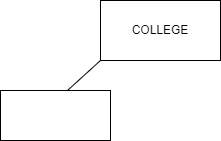
Before: zachJohnsonAssignment2.png, a diagram exported from draw.io (zacharyejohnson/CSCI366-Database-Systems). Source tidied: cells renumbered, new cells last; positions are measured from the earlier drawing's top-left corner, leaving out a move shared by most shapes.
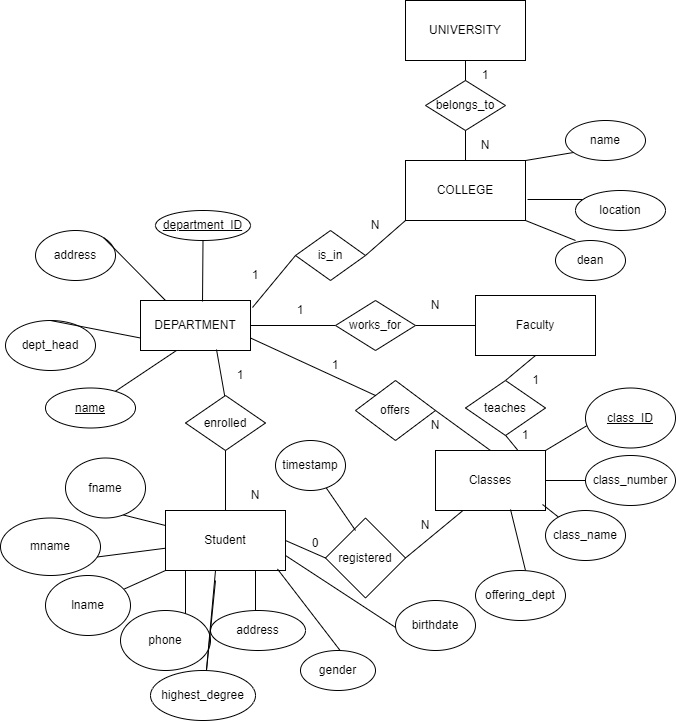
Later version of the same file.

Diff of the diagram source:
```diff
@@ -5,13 +5,292 @@
     <mxCell id="2" value="COLLEGE" style="rounded=0;whiteSpace=wrap;html=1;" parent="1" vertex="1">
       <mxGeometry x="100" width="120" height="60" as="geometry" />
     </mxCell>
-    <mxCell id="3" style="endArrow=none;html=1;rounded=0;exitX=0;exitY=1;exitDx=0;exitDy=0;" parent="1" edge="1" source="2">
-      <mxGeometry relative="1" as="geometry">
-        <mxPoint x="64.8" y="92" as="targetPoint" />
-      </mxGeometry>
+    <mxCell id="3" style="endArrow=none;html=1;rounded=0;exitX=0;exitY=1;exitDx=0;exitDy=0;entryX=1;entryY=0.5;entryDx=0;entryDy=0;" parent="1" edge="1" source="2" target="14">
+      <mxGeometry relative="1" as="geometry" />
     </mxCell>
     <mxCell id="4" style="rounded=0;whiteSpace=wrap;html=1;" parent="1" vertex="1">
-      <mxGeometry y="90" width="110" height="50" as="geometry" />
+      <mxGeometry x="-165" y="140" width="110" height="50" as="geometry" />
     </mxCell>
+    <mxCell id="5" value="DEPARTMENT" style="text;html=1;strokeColor=none;fillColor=none;align=center;verticalAlign=middle;whiteSpace=wrap;rounded=0;" parent="1" vertex="1">
+      <mxGeometry x="-140" y="150" width="60" height="30" as="geometry" />
+    </mxCell>
+    <mxCell id="6" style="endArrow=none;html=1;rounded=0;exitX=0.327;exitY=1;exitDx=0;exitDy=0;exitPerimeter=0;" parent="1" edge="1" source="4" target="7">
+      <mxGeometry relative="1" as="geometry" />
+    </mxCell>
+    <mxCell id="7" value="&lt;u&gt;name&lt;/u&gt;" style="ellipse;whiteSpace=wrap;html=1;" parent="1" vertex="1">
+      <mxGeometry x="-260" y="227.5" width="90" height="40" as="geometry" />
+    </mxCell>
+    <mxCell id="8" value="UNIVERSITY" style="rounded=0;whiteSpace=wrap;html=1;" parent="1" vertex="1">
+      <mxGeometry x="100" y="-160" width="120" height="60" as="geometry" />
+    </mxCell>
+    <mxCell id="9" value="belongs_to" style="rhombus;whiteSpace=wrap;html=1;" parent="1" vertex="1">
+      <mxGeometry x="120" y="-80" width="80" height="50" as="geometry" />
+    </mxCell>
+    <mxCell id="10" style="endArrow=none;html=1;rounded=0;entryX=0.5;entryY=1;entryDx=0;entryDy=0;exitX=0.5;exitY=0;exitDx=0;exitDy=0;" parent="1" edge="1" source="2" target="9">
+      <mxGeometry relative="1" as="geometry" />
+    </mxCell>
+    <mxCell id="11" style="endArrow=none;html=1;rounded=0;entryX=0.5;entryY=0;entryDx=0;entryDy=0;exitX=0.5;exitY=1;exitDx=0;exitDy=0;" parent="1" edge="1" source="8" target="9">
+      <mxGeometry relative="1" as="geometry" />
+    </mxCell>
+    <mxCell id="12" value="N" style="text;html=1;strokeColor=none;fillColor=none;align=center;verticalAlign=middle;whiteSpace=wrap;rounded=0;" parent="1" vertex="1">
+      <mxGeometry x="150" y="-30" width="60" height="30" as="geometry" />
+    </mxCell>
+    <mxCell id="13" value="1" style="text;html=1;strokeColor=none;fillColor=none;align=center;verticalAlign=middle;whiteSpace=wrap;rounded=0;" parent="1" vertex="1">
+      <mxGeometry x="150" y="-100" width="60" height="30" as="geometry" />
+    </mxCell>
+    <mxCell id="14" style="rhombus;whiteSpace=wrap;html=1;" parent="1" vertex="1">
+      <mxGeometry x="-10" y="70" width="70" height="50" as="geometry" />
+    </mxCell>
+    <mxCell id="15" value="is_in" style="text;html=1;strokeColor=none;fillColor=none;align=center;verticalAlign=middle;whiteSpace=wrap;rounded=0;" parent="1" vertex="1">
+      <mxGeometry x="-5" y="80" width="60" height="30" as="geometry" />
+    </mxCell>
+    <mxCell id="16" style="endArrow=none;html=1;rounded=0;entryX=0;entryY=0.5;entryDx=0;entryDy=0;exitX=1.018;exitY=0.14;exitDx=0;exitDy=0;exitPerimeter=0;" parent="1" edge="1" source="4" target="14">
+      <mxGeometry relative="1" as="geometry" />
+    </mxCell>
+    <mxCell id="17" style="endArrow=none;html=1;rounded=0;entryX=1.017;entryY=0.65;entryDx=0;entryDy=0;entryPerimeter=0;" parent="1" edge="1" target="2">
+      <mxGeometry relative="1" as="geometry">
+        <mxPoint x="280" y="39" as="sourcePoint" />
+      </mxGeometry>
+    </mxCell>
+    <mxCell id="18" style="endArrow=none;html=1;rounded=0;" parent="1" edge="1">
+      <mxGeometry relative="1" as="geometry">
+        <mxPoint x="220" y="60" as="sourcePoint" />
+        <mxPoint x="270" y="80" as="targetPoint" />
+      </mxGeometry>
+    </mxCell>
+    <mxCell id="19" style="endArrow=none;html=1;rounded=0;entryX=1;entryY=0;entryDx=0;entryDy=0;" parent="1" edge="1" target="2">
+      <mxGeometry relative="1" as="geometry">
+        <mxPoint x="280" y="-10" as="sourcePoint" />
+      </mxGeometry>
+    </mxCell>
+    <mxCell id="20" value="dean" style="ellipse;whiteSpace=wrap;html=1;" parent="1" vertex="1">
+      <mxGeometry x="250" y="80" width="70" height="40" as="geometry" />
+    </mxCell>
+    <mxCell id="21" value="location" style="ellipse;whiteSpace=wrap;html=1;" parent="1" vertex="1">
+      <mxGeometry x="270" y="30" width="90" height="40" as="geometry" />
+    </mxCell>
+    <mxCell id="22" value="name" style="ellipse;whiteSpace=wrap;html=1;" parent="1" vertex="1">
+      <mxGeometry x="260" y="-40" width="80" height="40" as="geometry" />
+    </mxCell>
+    <mxCell id="23" value="N" style="text;html=1;strokeColor=none;fillColor=none;align=center;verticalAlign=middle;whiteSpace=wrap;rounded=0;" parent="1" vertex="1">
+      <mxGeometry x="40" y="50" width="60" height="30" as="geometry" />
+    </mxCell>
+    <mxCell id="24" value="1" style="text;html=1;strokeColor=none;fillColor=none;align=center;verticalAlign=middle;whiteSpace=wrap;rounded=0;" parent="1" vertex="1">
+      <mxGeometry x="-80" y="100" width="60" height="30" as="geometry" />
+    </mxCell>
+    <mxCell id="25" value="dept_head" style="ellipse;whiteSpace=wrap;html=1;" parent="1" vertex="1">
+      <mxGeometry x="-300" y="160" width="90" height="50" as="geometry" />
+    </mxCell>
+    <mxCell id="26" value="address" style="ellipse;whiteSpace=wrap;html=1;" parent="1" vertex="1">
+      <mxGeometry x="-270" y="70" width="80" height="50" as="geometry" />
+    </mxCell>
+    <mxCell id="27" style="endArrow=none;html=1;rounded=0;exitX=0.5;exitY=0;exitDx=0;exitDy=0;entryX=0;entryY=0.75;entryDx=0;entryDy=0;" parent="1" edge="1" source="25" target="4">
+      <mxGeometry relative="1" as="geometry" />
+    </mxCell>
+    <mxCell id="28" style="endArrow=none;html=1;rounded=0;entryX=1;entryY=0;entryDx=0;entryDy=0;" parent="1" edge="1" target="26">
+      <mxGeometry relative="1" as="geometry">
+        <mxPoint x="-140" y="140" as="sourcePoint" />
+      </mxGeometry>
+    </mxCell>
+    <mxCell id="29" style="endArrow=none;html=1;rounded=0;exitX=1;exitY=0.5;exitDx=0;exitDy=0;entryX=0;entryY=0.5;entryDx=0;entryDy=0;" parent="1" edge="1" source="4" target="31">
+      <mxGeometry relative="1" as="geometry" />
+    </mxCell>
+    <mxCell id="30" style="endArrow=none;html=1;rounded=0;exitX=0;exitY=0.5;exitDx=0;exitDy=0;" parent="1" edge="1" source="32" target="31">
+      <mxGeometry relative="1" as="geometry" />
+    </mxCell>
+    <mxCell id="31" value="works_for" style="rhombus;whiteSpace=wrap;html=1;" parent="1" vertex="1">
+      <mxGeometry x="30" y="140" width="80" height="50" as="geometry" />
+    </mxCell>
+    <mxCell id="32" value="Faculty" style="whiteSpace=wrap;html=1;" parent="1" vertex="1">
+      <mxGeometry x="170" y="135" width="120" height="60" as="geometry" />
+    </mxCell>
+    <mxCell id="33" value="N" style="text;html=1;strokeColor=none;fillColor=none;align=center;verticalAlign=middle;whiteSpace=wrap;rounded=0;" parent="1" vertex="1">
+      <mxGeometry x="100" y="130" width="60" height="30" as="geometry" />
+    </mxCell>
+    <mxCell id="34" value="1" style="text;html=1;strokeColor=none;fillColor=none;align=center;verticalAlign=middle;whiteSpace=wrap;rounded=0;" parent="1" vertex="1">
+      <mxGeometry x="-35" y="135" width="60" height="30" as="geometry" />
+    </mxCell>
+    <mxCell id="35" value="offers" style="rhombus;whiteSpace=wrap;html=1;" parent="1" vertex="1">
+      <mxGeometry x="50" y="220" width="80" height="60" as="geometry" />
+    </mxCell>
+    <mxCell id="36" style="endArrow=none;html=1;rounded=0;entryX=1;entryY=0.5;entryDx=0;entryDy=0;exitX=0.5;exitY=0;exitDx=0;exitDy=0;" parent="1" edge="1" source="38" target="35">
+      <mxGeometry relative="1" as="geometry" />
+    </mxCell>
+    <mxCell id="37" style="endArrow=none;html=1;rounded=0;exitX=1;exitY=0.75;exitDx=0;exitDy=0;entryX=0;entryY=0;entryDx=0;entryDy=0;" parent="1" edge="1" source="4" target="35">
+      <mxGeometry relative="1" as="geometry" />
+    </mxCell>
+    <mxCell id="38" value="Classes" style="rounded=0;whiteSpace=wrap;html=1;" parent="1" vertex="1">
+      <mxGeometry x="130" y="290" width="110" height="60" as="geometry" />
+    </mxCell>
+    <mxCell id="39" style="endArrow=none;html=1;rounded=0;exitX=0.5;exitY=1;exitDx=0;exitDy=0;entryX=0.5;entryY=0;entryDx=0;entryDy=0;" parent="1" edge="1" source="32" target="41">
+      <mxGeometry relative="1" as="geometry" />
+    </mxCell>
+    <mxCell id="40" style="endArrow=none;html=1;rounded=0;entryX=0.4;entryY=0.818;entryDx=0;entryDy=0;entryPerimeter=0;exitX=0.75;exitY=0;exitDx=0;exitDy=0;" parent="1" edge="1" source="38" target="41">
+      <mxGeometry relative="1" as="geometry" />
+    </mxCell>
+    <mxCell id="41" value="teaches" style="rhombus;whiteSpace=wrap;html=1;" parent="1" vertex="1">
+      <mxGeometry x="160" y="220" width="80" height="55" as="geometry" />
+    </mxCell>
+    <mxCell id="42" value="1" style="text;html=1;strokeColor=none;fillColor=none;align=center;verticalAlign=middle;whiteSpace=wrap;rounded=0;" parent="1" vertex="1">
+      <mxGeometry y="190" width="60" height="30" as="geometry" />
+    </mxCell>
+    <mxCell id="43" value="1" style="text;html=1;strokeColor=none;fillColor=none;align=center;verticalAlign=middle;whiteSpace=wrap;rounded=0;" parent="1" vertex="1">
+      <mxGeometry x="190" y="260" width="60" height="30" as="geometry" />
+    </mxCell>
+    <mxCell id="44" value="N" style="text;html=1;strokeColor=none;fillColor=none;align=center;verticalAlign=middle;whiteSpace=wrap;rounded=0;" parent="1" vertex="1">
+      <mxGeometry x="100" y="250" width="60" height="30" as="geometry" />
+    </mxCell>
+    <mxCell id="45" value="1" style="text;html=1;align=center;verticalAlign=middle;strokeColor=none;fillColor=none;" parent="1" vertex="1">
+      <mxGeometry x="220" y="210" width="20" height="20" as="geometry" />
+    </mxCell>
+    <mxCell id="46" style="endArrow=none;html=1;rounded=0;entryX=0.691;entryY=0.98;entryDx=0;entryDy=0;entryPerimeter=0;" parent="1" edge="1" target="4">
+      <mxGeometry relative="1" as="geometry">
+        <mxPoint x="-80" y="240" as="sourcePoint" />
+      </mxGeometry>
+    </mxCell>
+    <mxCell id="47" value="enrolled" style="rhombus;whiteSpace=wrap;html=1;" parent="1" vertex="1">
+      <mxGeometry x="-120" y="235" width="80" height="55" as="geometry" />
+    </mxCell>
+    <mxCell id="48" value="Student" style="whiteSpace=wrap;html=1;" parent="1" vertex="1">
+      <mxGeometry x="-140" y="350" width="120" height="60" as="geometry" />
+    </mxCell>
+    <mxCell id="49" style="endArrow=none;html=1;rounded=0;entryX=0.5;entryY=1;entryDx=0;entryDy=0;exitX=0.5;exitY=0;exitDx=0;exitDy=0;" parent="1" edge="1" source="48" target="47">
+      <mxGeometry relative="1" as="geometry" />
+    </mxCell>
+    <mxCell id="50" value="1" style="text;html=1;strokeColor=none;fillColor=none;align=center;verticalAlign=middle;whiteSpace=wrap;rounded=0;" parent="1" vertex="1">
+      <mxGeometry x="-95" y="200" width="60" height="30" as="geometry" />
+    </mxCell>
+    <mxCell id="51" value="N" style="text;html=1;strokeColor=none;fillColor=none;align=center;verticalAlign=middle;whiteSpace=wrap;rounded=0;" parent="1" vertex="1">
+      <mxGeometry x="-80" y="320" width="60" height="30" as="geometry" />
+    </mxCell>
+    <mxCell id="52" value="registered" style="rhombus;whiteSpace=wrap;html=1;" parent="1" vertex="1">
+      <mxGeometry x="20" y="357.5" width="80" height="80" as="geometry" />
+    </mxCell>
+    <mxCell id="53" style="endArrow=none;html=1;rounded=0;exitX=1;exitY=0.5;exitDx=0;exitDy=0;entryX=0;entryY=0.5;entryDx=0;entryDy=0;" parent="1" edge="1" source="48" target="52">
+      <mxGeometry relative="1" as="geometry" />
+    </mxCell>
+    <mxCell id="54" style="endArrow=none;html=1;rounded=0;exitX=1;exitY=0.5;exitDx=0;exitDy=0;entryX=0.25;entryY=1;entryDx=0;entryDy=0;" parent="1" edge="1" source="52" target="38">
+      <mxGeometry relative="1" as="geometry" />
+    </mxCell>
+    <mxCell id="55" value="N" style="text;html=1;strokeColor=none;fillColor=none;align=center;verticalAlign=middle;whiteSpace=wrap;rounded=0;" parent="1" vertex="1">
+      <mxGeometry x="90" y="350" width="60" height="30" as="geometry" />
+    </mxCell>
+    <mxCell id="56" value="0" style="text;html=1;strokeColor=none;fillColor=none;align=center;verticalAlign=middle;whiteSpace=wrap;rounded=0;" parent="1" vertex="1">
+      <mxGeometry x="-20" y="367.5" width="60" height="30" as="geometry" />
+    </mxCell>
+    <mxCell id="57" style="endArrow=none;html=1;rounded=0;" parent="1" edge="1" target="48">
+      <mxGeometry relative="1" as="geometry">
+        <mxPoint x="-200" y="350" as="sourcePoint" />
+      </mxGeometry>
+    </mxCell>
+    <mxCell id="58" style="endArrow=none;html=1;rounded=0;" parent="1" edge="1" target="48">
+      <mxGeometry relative="1" as="geometry">
+        <mxPoint x="-220" y="398" as="sourcePoint" />
+      </mxGeometry>
+    </mxCell>
+    <mxCell id="59" style="endArrow=none;html=1;rounded=0;entryX=0;entryY=1;entryDx=0;entryDy=0;startArrow=none;" parent="1" edge="1" source="66" target="48">
+      <mxGeometry relative="1" as="geometry" />
+    </mxCell>
+    <mxCell id="60" style="endArrow=none;html=1;rounded=0;" parent="1" edge="1">
+      <mxGeometry relative="1" as="geometry">
+        <mxPoint x="-120" y="470" as="sourcePoint" />
+        <mxPoint x="-120" y="470" as="targetPoint" />
+        <Array as="points">
+          <mxPoint x="-120" y="410" />
+        </Array>
+      </mxGeometry>
+    </mxCell>
+    <mxCell id="61" style="endArrow=none;html=1;rounded=0;exitX=0.75;exitY=1;exitDx=0;exitDy=0;" parent="1" edge="1" source="48">
+      <mxGeometry relative="1" as="geometry">
+        <mxPoint x="-50" y="460" as="targetPoint" />
+      </mxGeometry>
+    </mxCell>
+    <mxCell id="62" value="fname" style="ellipse;whiteSpace=wrap;html=1;" parent="1" vertex="1">
+      <mxGeometry x="-240" y="297.5" width="80" height="60" as="geometry" />
+    </mxCell>
+    <mxCell id="63" value="mname" style="ellipse;whiteSpace=wrap;html=1;" parent="1" vertex="1">
+      <mxGeometry x="-305" y="357.5" width="100" height="57.5" as="geometry" />
+    </mxCell>
+    <mxCell id="64" value="phone" style="ellipse;whiteSpace=wrap;html=1;" parent="1" vertex="1">
+      <mxGeometry x="-185" y="450" width="90" height="60" as="geometry" />
+    </mxCell>
+    <mxCell id="65" value="address" style="ellipse;whiteSpace=wrap;html=1;" parent="1" vertex="1">
+      <mxGeometry x="-95" y="450" width="95" height="40" as="geometry" />
+    </mxCell>
+    <mxCell id="66" value="lname" style="ellipse;whiteSpace=wrap;html=1;" parent="1" vertex="1">
+      <mxGeometry x="-260" y="415" width="85" height="60" as="geometry" />
+    </mxCell>
+    <mxCell id="67" style="endArrow=none;html=1;rounded=0;exitX=0.375;exitY=0.156;exitDx=0;exitDy=0;exitPerimeter=0;" parent="1" edge="1" source="52" target="68">
+      <mxGeometry relative="1" as="geometry" />
+    </mxCell>
+    <mxCell id="68" value="timestamp" style="ellipse;whiteSpace=wrap;html=1;" parent="1" vertex="1">
+      <mxGeometry x="-30" y="280" width="70" height="50" as="geometry" />
+    </mxCell>
+    <mxCell id="69" style="endArrow=none;html=1;rounded=0;exitX=1;exitY=0.75;exitDx=0;exitDy=0;" parent="1" edge="1" source="48">
+      <mxGeometry relative="1" as="geometry">
+        <mxPoint x="110" y="480" as="targetPoint" />
+      </mxGeometry>
+    </mxCell>
+    <mxCell id="70" style="endArrow=none;html=1;rounded=0;exitX=0.933;exitY=0.975;exitDx=0;exitDy=0;exitPerimeter=0;" parent="1" edge="1" source="48">
+      <mxGeometry relative="1" as="geometry">
+        <mxPoint x="50" y="510" as="targetPoint" />
+      </mxGeometry>
+    </mxCell>
+    <mxCell id="71" value="birthdate" style="ellipse;whiteSpace=wrap;html=1;" parent="1" vertex="1">
+      <mxGeometry x="90" y="440" width="80" height="50" as="geometry" />
+    </mxCell>
+    <mxCell id="72" value="gender" style="ellipse;whiteSpace=wrap;html=1;" parent="1" vertex="1">
+      <mxGeometry x="-5" y="490" width="75" height="40" as="geometry" />
+    </mxCell>
+    <mxCell id="73" style="endArrow=none;html=1;rounded=0;" parent="1" edge="1">
+      <mxGeometry relative="1" as="geometry">
+        <mxPoint x="-90" y="410" as="sourcePoint" />
+        <mxPoint x="-90" y="420" as="targetPoint" />
+        <Array as="points">
+          <mxPoint x="-100" y="520" />
+        </Array>
+      </mxGeometry>
+    </mxCell>
+    <mxCell id="74" value="highest_degree" style="ellipse;whiteSpace=wrap;html=1;" parent="1" vertex="1">
+      <mxGeometry x="-155" y="510" width="105" height="50" as="geometry" />
+    </mxCell>
+    <mxCell id="75" style="endArrow=none;html=1;rounded=0;exitX=0.617;exitY=-0.3;exitDx=0;exitDy=0;exitPerimeter=0;" parent="1" edge="1" source="5" target="76">
+      <mxGeometry relative="1" as="geometry" />
+    </mxCell>
+    <mxCell id="76" value="&lt;u&gt;department_ID&lt;/u&gt;" style="ellipse;whiteSpace=wrap;html=1;" parent="1" vertex="1">
+      <mxGeometry x="-150" y="50" width="95" height="30" as="geometry" />
+    </mxCell>
+    <mxCell id="77" style="endArrow=none;html=1;rounded=0;entryX=0.682;entryY=0.983;entryDx=0;entryDy=0;entryPerimeter=0;" parent="1" edge="1" target="38">
+      <mxGeometry relative="1" as="geometry">
+        <mxPoint x="220" y="410" as="sourcePoint" />
+      </mxGeometry>
+    </mxCell>
+    <mxCell id="78" style="endArrow=none;html=1;rounded=0;entryX=0.973;entryY=0.9;entryDx=0;entryDy=0;entryPerimeter=0;" parent="1" edge="1" target="38">
+      <mxGeometry relative="1" as="geometry">
+        <mxPoint x="270" y="370" as="sourcePoint" />
+      </mxGeometry>
+    </mxCell>
+    <mxCell id="79" style="endArrow=none;html=1;rounded=0;entryX=1;entryY=0.5;entryDx=0;entryDy=0;" parent="1" edge="1" target="38">
+      <mxGeometry relative="1" as="geometry">
+        <mxPoint x="280" y="320" as="sourcePoint" />
+      </mxGeometry>
+    </mxCell>
+    <mxCell id="80" style="endArrow=none;html=1;rounded=0;entryX=1;entryY=0;entryDx=0;entryDy=0;" parent="1" edge="1" target="38">
+      <mxGeometry relative="1" as="geometry">
+        <mxPoint x="290" y="260" as="sourcePoint" />
+      </mxGeometry>
+    </mxCell>
+    <mxCell id="81" value="offering_dept" style="ellipse;whiteSpace=wrap;html=1;" parent="1" vertex="1">
+      <mxGeometry x="170" y="410" width="90" height="50" as="geometry" />
+    </mxCell>
+    <mxCell id="82" value="class_name" style="ellipse;whiteSpace=wrap;html=1;" parent="1" vertex="1">
+      <mxGeometry x="240" y="350" width="80" height="50" as="geometry" />
+    </mxCell>
+    <mxCell id="83" value="class_number" style="ellipse;whiteSpace=wrap;html=1;" parent="1" vertex="1">
+      <mxGeometry x="280" y="295" width="90" height="50" as="geometry" />
+    </mxCell>
+    <mxCell id="84" value="&lt;u&gt;class_ID&lt;/u&gt;" style="ellipse;whiteSpace=wrap;html=1;" parent="1" vertex="1">
+      <mxGeometry x="280" y="227.5" width="90" height="60" as="geometry" />
+    </mxCell>
   </root>
 </mxGraphModel>
```
